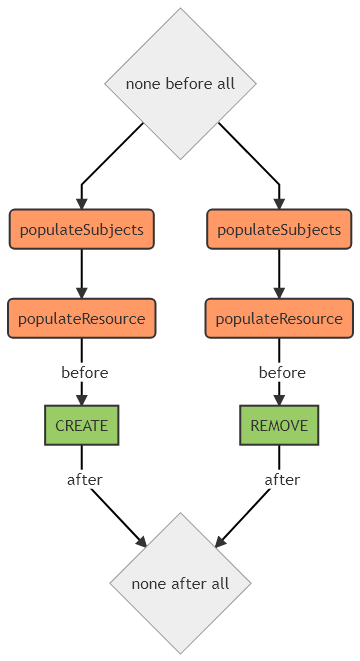
Above: images/Authorisations Hooks Diagram.png in kalisio/kdk (Mermaid), before the change. Its source is kept beside it as diagrams/Authorisations Hooks Diagram.mmd.
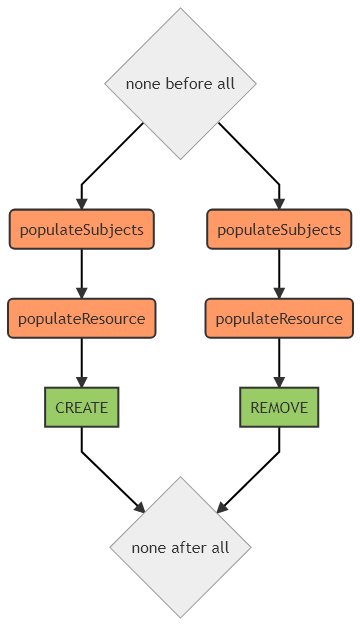
Above is the later version.

Commit message:
Improved hooks diagrams

What changed in the source:
```diff
@@ -5,13 +5,13 @@
 
     before --> hook1(populateSubjects)
     hook1 --> hook2(populateResource)
-    hook2 -->|before| CREATE[CREATE]
-    CREATE -->|after| after
+    hook2 --> CREATE[CREATE]
+    CREATE --> after
 
     before --> hook3(populateSubjects)
     hook3 --> hook4(populateResource)
-    hook4 -->|before| REMOVE[REMOVE]
-    REMOVE -->|after| after
+    hook4 --> REMOVE[REMOVE]
+    REMOVE --> after
 
     linkStyle default stroke-width:2px,fill:none,stroke:black
     classDef hookClass fill:#f96,stroke:#333,stroke-width:2px
```
